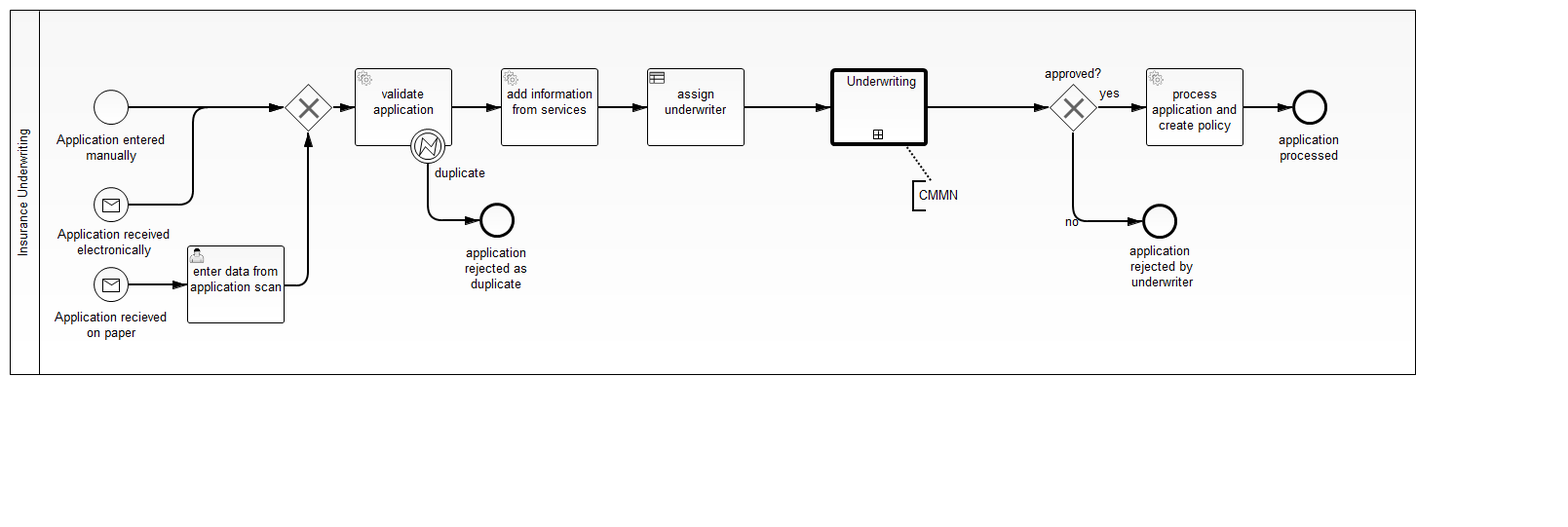
camunda-consulting/camunda-7-code-examples keeps this BPMN diagram as showcases/underwriting/src/main/resources/underwriting-process.png. Above is the earlier version. Its source is kept beside it as showcases/underwriting/src/main/resources/underwriting-process.bpmn. Ids are renumbered.
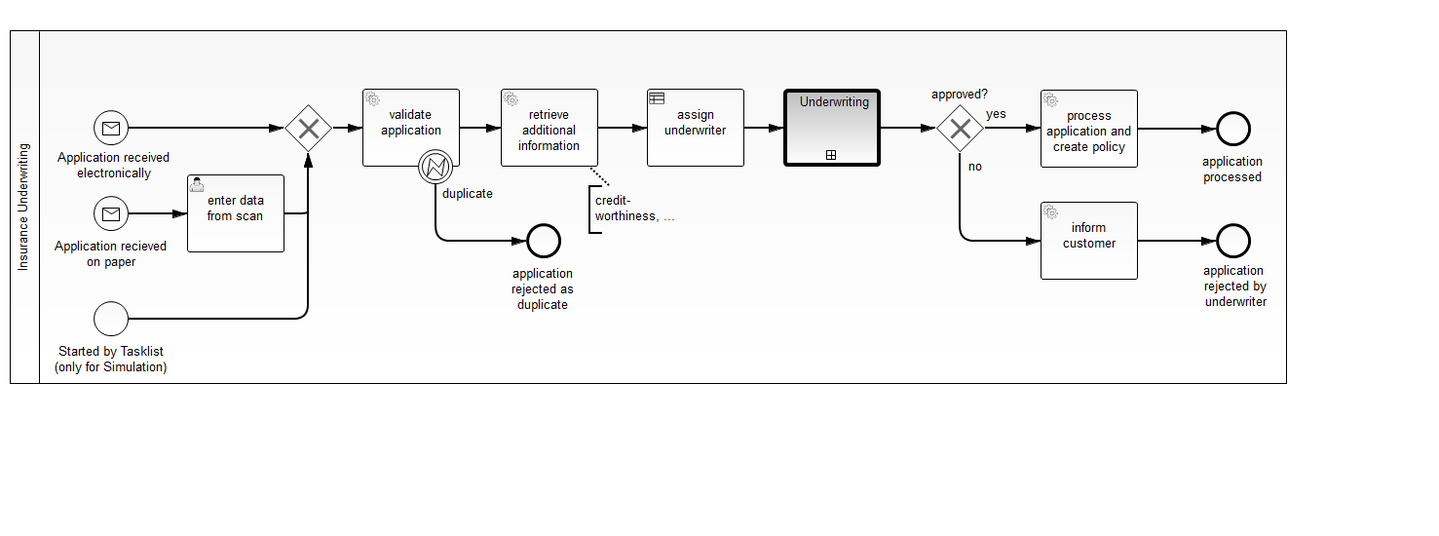
The same diagram one commit later.

What changed in the source:
```diff
@@ -4,19 +4,18 @@
   </bpmn2:collaboration>
   <bpmn2:process id="underwriting" name="Insurance Underwriting" isExecutable="true">
     <bpmn2:startEvent id="startEventElectronicApplication" name="Application received&#xD;&#xA;electronically">
-      <bpmn2:outgoing>SequenceFlow_2</bpmn2:outgoing>
+      <bpmn2:outgoing>SequenceFlow_10</bpmn2:outgoing>
       <bpmn2:messageEventDefinition id="_MessageEventDefinition_2" messageRef="Message_1"/>
     </bpmn2:startEvent>
     <bpmn2:endEvent id="endEventApplicationRejectedUnderwriter" name="application &#xD;&#xA;rejected by&#xD;&#xA;underwriter">
-      <bpmn2:incoming>SequenceFlow_1</bpmn2:incoming>
+      <bpmn2:incoming>SequenceFlow_17</bpmn2:incoming>
     </bpmn2:endEvent>
     <bpmn2:exclusiveGateway id="ExclusiveGateway_1">
-      <bpmn2:incoming>SequenceFlow_2</bpmn2:incoming>
       <bpmn2:incoming>SequenceFlow_12</bpmn2:incoming>
       <bpmn2:incoming>SequenceFlow_16</bpmn2:incoming>
+      <bpmn2:incoming>SequenceFlow_10</bpmn2:incoming>
       <bpmn2:outgoing>SequenceFlow_5</bpmn2:outgoing>
     </bpmn2:exclusiveGateway>
-    <bpmn2:sequenceFlow id="SequenceFlow_2" name="" sourceRef="startEventElectronicApplication" targetRef="ExclusiveGateway_1"/>
     <bpmn2:startEvent id="startEventPaperApplication" name="Application recieved&#xD;&#xA;on paper">
       <bpmn2:outgoing>SequenceFlow_11</bpmn2:outgoing>
       <bpmn2:messageEventDefinition id="_MessageEventDefinition_3" messageRef="Message_2"/>
@@ -34,17 +33,17 @@
       <bpmn2:incoming>SequenceFlow_6</bpmn2:incoming>
     </bpmn2:endEvent>
     <bpmn2:sequenceFlow id="SequenceFlow_6" name="" sourceRef="BoundaryEvent_1" targetRef="endEventApplicationRejectedDuplicate"/>
-    <bpmn2:serviceTask id="userTaskReviewData" camunda:assignee="demo" camunda:class="com.camunda.demo.underwriting.adapter.LoggerDelegate" name="add information from services">
+    <bpmn2:serviceTask id="userTaskReviewData" camunda:assignee="demo" camunda:class="com.camunda.demo.underwriting.adapter.LoggerDelegate" name="retrieve additional information">
       <bpmn2:incoming>SequenceFlow_7</bpmn2:incoming>
       <bpmn2:outgoing>SequenceFlow_8</bpmn2:outgoing>
     </bpmn2:serviceTask>
     <bpmn2:sequenceFlow id="SequenceFlow_7" sourceRef="checkDuplicates" targetRef="userTaskReviewData"/>
-    <bpmn2:businessRuleTask id="assignUnderwriter" camunda:class="com.camunda.demo.underwriting.adapter.LoggerDelegate" name="assign underwriter">
+    <bpmn2:businessRuleTask id="assignUnderwriter" camunda:class="com.camunda.demo.underwriting.adapter.AssignUnderwriterAdapter" name="assign underwriter">
       <bpmn2:incoming>SequenceFlow_8</bpmn2:incoming>
       <bpmn2:outgoing>SequenceFlow_14</bpmn2:outgoing>
     </bpmn2:businessRuleTask>
     <bpmn2:sequenceFlow id="SequenceFlow_8" name="" sourceRef="userTaskReviewData" targetRef="assignUnderwriter"/>
-    <bpmn2:userTask id="enterApplicationData" camunda:assignee="demo" name="enter data from application scan">
+    <bpmn2:userTask id="enterApplicationData" camunda:assignee="demo" name="enter data&#xD;&#xA;from scan">
       <bpmn2:incoming>SequenceFlow_11</bpmn2:incoming>
       <bpmn2:outgoing>SequenceFlow_12</bpmn2:outgoing>
     </bpmn2:userTask>
@@ -55,7 +54,7 @@
       <bpmn2:outgoing>SequenceFlow_1</bpmn2:outgoing>
       <bpmn2:outgoing>SequenceFlow_3</bpmn2:outgoing>
     </bpmn2:exclusiveGateway>
-    <bpmn2:sequenceFlow id="SequenceFlow_1" name="no" sourceRef="ExclusiveGateway_2" targetRef="endEventApplicationRejectedUnderwriter">
+    <bpmn2:sequenceFlow id="SequenceFlow_1" name="no" sourceRef="ExclusiveGateway_2" targetRef="ServiceTask_3">
       <bpmn2:conditionExpression xsi:type="bpmn2:tFormalExpression">#{!approved}</bpmn2:conditionExpression>
     </bpmn2:sequenceFlow>
     <bpmn2:serviceTask id="ServiceTask_1" camunda:class="com.camunda.demo.underwriting.adapter.LoggerDelegate" name="process application and create policy">
@@ -71,7 +70,7 @@
     <bpmn2:sequenceFlow id="SequenceFlow_4" name="" sourceRef="ServiceTask_1" targetRef="endEventApplicationProcessed"/>
     <bpmn2:sequenceFlow id="SequenceFlow_14" name="" sourceRef="assignUnderwriter" targetRef="CallActivityCaseUnderwriting"/>
     <bpmn2:sequenceFlow id="SequenceFlow_15" name="" sourceRef="CallActivityCaseUnderwriting" targetRef="ExclusiveGateway_2"/>
-    <bpmn2:startEvent id="StartEvent_1" camunda:formKey="app:new-application.jsf" name="Application entered&#xD;&#xA;manually">
+    <bpmn2:startEvent id="StartEvent_1" camunda:formKey="app:new-application.jsf" name="Started by Tasklist&#xD;&#xA;(only for Simulation)">
       <bpmn2:outgoing>SequenceFlow_16</bpmn2:outgoing>
     </bpmn2:startEvent>
     <bpmn2:sequenceFlow id="SequenceFlow_16" name="" sourceRef="StartEvent_1" targetRef="ExclusiveGateway_1"/>
@@ -81,14 +80,21 @@
         <camunda:out source="approved" target="approved"/>
         <camunda:executionListener class="com.camunda.demo.underwriting.listener.CloseCaseInstanceListener" event="end"/>
         <camunda:out sourceExpression="#{execution.caseInstanceId}" target="underwritingCaseInstanceId"/>
+        <camunda:in source="capableUnderwriters" target="capableUnderwriters"/>
       </bpmn2:extensionElements>
       <bpmn2:incoming>SequenceFlow_14</bpmn2:incoming>
       <bpmn2:outgoing>SequenceFlow_15</bpmn2:outgoing>
     </bpmn2:callActivity>
+    <bpmn2:serviceTask id="ServiceTask_3" camunda:class="com.camunda.demo.underwriting.adapter.LoggerDelegate" name="inform&#xD;&#xA;customer">
+      <bpmn2:incoming>SequenceFlow_1</bpmn2:incoming>
+      <bpmn2:outgoing>SequenceFlow_17</bpmn2:outgoing>
+    </bpmn2:serviceTask>
+    <bpmn2:sequenceFlow id="SequenceFlow_10" name="" sourceRef="startEventElectronicApplication" targetRef="ExclusiveGateway_1"/>
+    <bpmn2:sequenceFlow id="SequenceFlow_17" name="" sourceRef="ServiceTask_3" targetRef="endEventApplicationRejectedUnderwriter"/>
     <bpmn2:textAnnotation id="TextAnnotation_2">
-      <bpmn2:text>CMMN</bpmn2:text>
+      <bpmn2:text>credit-worthiness, ...</bpmn2:text>
     </bpmn2:textAnnotation>
-    <bpmn2:association id="Association_1" sourceRef="TextAnnotation_2" targetRef="CallActivityCaseUnderwriting"/>
+    <bpmn2:association id="Association_1" sourceRef="TextAnnotation_2" targetRef="userTaskReviewData"/>
   </bpmn2:process>
   <bpmn2:message id="Message_1" name="msgElectronicApplication"/>
   <bpmn2:message id="Message_2" name="msgPaperApplication"/>
@@ -98,18 +104,18 @@
   <bpmndi:BPMNDiagram id="BPMNDiagram_1" name="Default Collaboration Diagram">
     <bpmndi:BPMNPlane id="BPMNPlane_1" bpmnElement="Collaboration_1">
       <bpmndi:BPMNShape id="BPMNShape_1" bpmnElement="pool-underwriting" isHorizontal="true">
-        <dc:Bounds height="375.0" width="1443.0" x="10.0" y="10.0"/>
+        <dc:Bounds height="363.0" width="1311.0" x="10.0" y="10.0"/>
       </bpmndi:BPMNShape>
       <bpmndi:BPMNShape id="BPMNShape_StartEvent_1" bpmnElement="startEventElectronicApplication">
-        <dc:Bounds height="36.0" width="36.0" x="96.0" y="192.0"/>
+        <dc:Bounds height="36.0" width="36.0" x="96.0" y="92.0"/>
         <bpmndi:BPMNLabel>
-          <dc:Bounds height="38.0" width="131.0" x="52.0" y="230.0"/>
+          <dc:Bounds height="38.0" width="131.0" x="52.0" y="130.0"/>
         </bpmndi:BPMNLabel>
       </bpmndi:BPMNShape>
       <bpmndi:BPMNShape id="BPMNShape_EndEvent_1" bpmnElement="endEventApplicationRejectedUnderwriter">
-        <dc:Bounds height="36.0" width="36.0" x="1172.0" y="209.0"/>
+        <dc:Bounds height="36.0" width="36.0" x="1248.0" y="208.0"/>
         <bpmndi:BPMNLabel>
-          <dc:Bounds height="54.0" width="82.0" x="1152.0" y="247.0"/>
+          <dc:Bounds height="54.0" width="82.0" x="1228.0" y="246.0"/>
         </bpmndi:BPMNLabel>
       </bpmndi:BPMNShape>
       <bpmndi:BPMNShape id="_BPMNShape_ExclusiveGateway_2" bpmnElement="ExclusiveGateway_1" isMarkerVisible="true">
@@ -118,59 +124,50 @@
           <dc:Bounds height="0.0" width="0.0" x="316.0" y="140.0"/>
         </bpmndi:BPMNLabel>
       </bpmndi:BPMNShape>
-      <bpmndi:BPMNEdge id="BPMNEdge_SequenceFlow_2" bpmnElement="SequenceFlow_2" sourceElement="BPMNShape_StartEvent_1" targetElement="_BPMNShape_ExclusiveGateway_2">
-        <di:waypoint xsi:type="dc:Point" x="132.0" y="210.0"/>
-        <di:waypoint xsi:type="dc:Point" x="198.0" y="210.0"/>
-        <di:waypoint xsi:type="dc:Point" x="198.0" y="110.0"/>
-        <di:waypoint xsi:type="dc:Point" x="291.0" y="110.0"/>
+      <bpmndi:BPMNShape id="_BPMNShape_StartEvent_2" bpmnElement="startEventPaperApplication">
+        <dc:Bounds height="36.0" width="36.0" x="96.0" y="180.0"/>
         <bpmndi:BPMNLabel>
-          <dc:Bounds height="6.0" width="6.0" x="154.0" y="210.0"/>
-        </bpmndi:BPMNLabel>
-      </bpmndi:BPMNEdge>
-      <bpmndi:BPMNShape id="_BPMNShape_StartEvent_2" bpmnElement="startEventPaperApplication">
-        <dc:Bounds height="36.0" width="36.0" x="96.0" y="274.0"/>
-        <bpmndi:BPMNLabel>
-          <dc:Bounds height="38.0" width="131.0" x="49.0" y="315.0"/>
+          <dc:Bounds height="38.0" width="131.0" x="49.0" y="221.0"/>
         </bpmndi:BPMNLabel>
       </bpmndi:BPMNShape>
       <bpmndi:BPMNShape id="_BPMNShape_ServiceTask_2" bpmnElement="checkDuplicates">
-        <dc:Bounds height="80.0" width="100.0" x="364.0" y="70.0"/>
+        <dc:Bounds height="80.0" width="100.0" x="372.0" y="70.0"/>
       </bpmndi:BPMNShape>
       <bpmndi:BPMNEdge id="BPMNEdge_SequenceFlow_5" bpmnElement="SequenceFlow_5" sourceElement="_BPMNShape_ExclusiveGateway_2" targetElement="_BPMNShape_ServiceTask_2">
         <di:waypoint xsi:type="dc:Point" x="341.0" y="110.0"/>
-        <di:waypoint xsi:type="dc:Point" x="364.0" y="110.0"/>
+        <di:waypoint xsi:type="dc:Point" x="372.0" y="110.0"/>
         <bpmndi:BPMNLabel>
           <dc:Bounds height="0.0" width="0.0" x="353.0" y="110.0"/>
         </bpmndi:BPMNLabel>
       </bpmndi:BPMNEdge>
       <bpmndi:BPMNShape id="_BPMNShape_BoundaryEvent_2" bpmnElement="BoundaryEvent_1">
-        <dc:Bounds height="36.0" width="36.0" x="421.0" y="132.0"/>
+        <dc:Bounds height="36.0" width="36.0" x="429.0" y="132.0"/>
         <bpmndi:BPMNLabel>
-          <dc:Bounds height="22.0" width="58.0" x="444.0" y="167.0"/>
+          <dc:Bounds height="22.0" width="58.0" x="452.0" y="167.0"/>
         </bpmndi:BPMNLabel>
       </bpmndi:BPMNShape>
       <bpmndi:BPMNShape id="_BPMNShape_EndEvent_2" bpmnElement="endEventApplicationRejectedDuplicate">
-        <dc:Bounds height="36.0" width="36.0" x="492.0" y="208.0"/>
+        <dc:Bounds height="36.0" width="36.0" x="540.0" y="208.0"/>
         <bpmndi:BPMNLabel>
-          <dc:Bounds height="54.0" width="80.0" x="470.0" y="249.0"/>
+          <dc:Bounds height="54.0" width="80.0" x="518.0" y="249.0"/>
         </bpmndi:BPMNLabel>
       </bpmndi:BPMNShape>
       <bpmndi:BPMNEdge id="BPMNEdge_SequenceFlow_6" bpmnElement="SequenceFlow_6" sourceElement="_BPMNShape_BoundaryEvent_2" targetElement="_BPMNShape_EndEvent_2">
-        <di:waypoint xsi:type="dc:Point" x="439.0" y="168.0"/>
-        <di:waypoint xsi:type="dc:Point" x="439.0" y="226.0"/>
-        <di:waypoint xsi:type="dc:Point" x="492.0" y="226.0"/>
+        <di:waypoint xsi:type="dc:Point" x="447.0" y="168.0"/>
+        <di:waypoint xsi:type="dc:Point" x="447.0" y="226.0"/>
+        <di:waypoint xsi:type="dc:Point" x="540.0" y="226.0"/>
         <bpmndi:BPMNLabel>
-          <dc:Bounds height="6.0" width="6.0" x="451.0" y="226.0"/>
+          <dc:Bounds height="6.0" width="6.0" x="459.0" y="226.0"/>
         </bpmndi:BPMNLabel>
       </bpmndi:BPMNEdge>
       <bpmndi:BPMNShape id="_BPMNShape_UserTask_2" bpmnElement="userTaskReviewData">
         <dc:Bounds height="80.0" width="100.0" x="514.0" y="70.0"/>
       </bpmndi:BPMNShape>
       <bpmndi:BPMNEdge id="BPMNEdge_SequenceFlow_7" bpmnElement="SequenceFlow_7" sourceElement="_BPMNShape_ServiceTask_2" targetElement="_BPMNShape_UserTask_2">
-        <di:waypoint xsi:type="dc:Point" x="464.0" y="110.0"/>
+        <di:waypoint xsi:type="dc:Point" x="472.0" y="110.0"/>
         <di:waypoint xsi:type="dc:Point" x="514.0" y="110.0"/>
         <bpmndi:BPMNLabel>
-          <dc:Bounds height="0.0" width="0.0" x="489.0" y="110.0"/>
+          <dc:Bounds height="0.0" width="0.0" x="497.0" y="110.0"/>
         </bpmndi:BPMNLabel>
       </bpmndi:BPMNEdge>
       <bpmndi:BPMNShape id="_BPMNShape_BusinessRuleTask_2" bpmnElement="assignUnderwriter">
@@ -184,98 +181,116 @@
         </bpmndi:BPMNLabel>
       </bpmndi:BPMNEdge>
       <bpmndi:BPMNShape id="_BPMNShape_UserTask_3" bpmnElement="enterApplicationData">
-        <dc:Bounds height="80.0" width="100.0" x="192.0" y="252.0"/>
+        <dc:Bounds height="80.0" width="100.0" x="192.0" y="158.0"/>
       </bpmndi:BPMNShape>
       <bpmndi:BPMNEdge id="BPMNEdge_SequenceFlow_11" bpmnElement="SequenceFlow_11" sourceElement="_BPMNShape_StartEvent_2" targetElement="_BPMNShape_UserTask_3">
-        <di:waypoint xsi:type="dc:Point" x="132.0" y="292.0"/>
-        <di:waypoint xsi:type="dc:Point" x="192.0" y="292.0"/>
+        <di:waypoint xsi:type="dc:Point" x="132.0" y="198.0"/>
+        <di:waypoint xsi:type="dc:Point" x="192.0" y="198.0"/>
         <bpmndi:BPMNLabel>
-          <dc:Bounds height="6.0" width="6.0" x="154.0" y="292.0"/>
+          <dc:Bounds height="6.0" width="6.0" x="154.0" y="198.0"/>
         </bpmndi:BPMNLabel>
       </bpmndi:BPMNEdge>
       <bpmndi:BPMNEdge id="BPMNEdge_SequenceFlow_12" bpmnElement="SequenceFlow_12" sourceElement="_BPMNShape_UserTask_3" targetElement="_BPMNShape_ExclusiveGateway_2">
-        <di:waypoint xsi:type="dc:Point" x="292.0" y="293.0"/>
-        <di:waypoint xsi:type="dc:Point" x="316.0" y="293.0"/>
+        <di:waypoint xsi:type="dc:Point" x="292.0" y="198.0"/>
+        <di:waypoint xsi:type="dc:Point" x="316.0" y="198.0"/>
         <di:waypoint xsi:type="dc:Point" x="316.0" y="194.0"/>
         <di:waypoint xsi:type="dc:Point" x="316.0" y="135.0"/>
         <bpmndi:BPMNLabel>
-          <dc:Bounds height="6.0" width="6.0" x="313.0" y="281.0"/>
+          <dc:Bounds height="6.0" width="6.0" x="313.0" y="186.0"/>
         </bpmndi:BPMNLabel>
       </bpmndi:BPMNEdge>
       <bpmndi:BPMNShape id="_BPMNShape_ExclusiveGateway_3" bpmnElement="ExclusiveGateway_2" isMarkerVisible="true">
-        <dc:Bounds height="50.0" width="50.0" x="1076.0" y="85.0"/>
+        <dc:Bounds height="50.0" width="50.0" x="960.0" y="85.0"/>
         <bpmndi:BPMNLabel>
-          <dc:Bounds height="22.0" width="64.0" x="1070.0" y="65.0"/>
+          <dc:Bounds height="22.0" width="64.0" x="954.0" y="65.0"/>
         </bpmndi:BPMNLabel>
       </bpmndi:BPMNShape>
-      <bpmndi:BPMNEdge id="BPMNEdge_SequenceFlow_1" bpmnElement="SequenceFlow_1" sourceElement="_BPMNShape_ExclusiveGateway_3" targetElement="BPMNShape_EndEvent_1">
-        <di:waypoint xsi:type="dc:Point" x="1101.0" y="135.0"/>
-        <di:waypoint xsi:type="dc:Point" x="1101.0" y="227.0"/>
-        <di:waypoint xsi:type="dc:Point" x="1149.0" y="227.0"/>
-        <di:waypoint xsi:type="dc:Point" x="1172.0" y="227.0"/>
+      <bpmndi:BPMNEdge id="BPMNEdge_SequenceFlow_1" bpmnElement="SequenceFlow_1" sourceElement="_BPMNShape_ExclusiveGateway_3" targetElement="_BPMNShape_ServiceTask_21">
+        <di:waypoint xsi:type="dc:Point" x="985.0" y="135.0"/>
+        <di:waypoint xsi:type="dc:Point" x="985.0" y="226.0"/>
+        <di:waypoint xsi:type="dc:Point" x="1068.0" y="226.0"/>
         <bpmndi:BPMNLabel>
-          <dc:Bounds height="22.0" width="20.0" x="1091.0" y="217.0"/>
+          <dc:Bounds height="22.0" width="20.0" x="992.0" y="139.0"/>
         </bpmndi:BPMNLabel>
       </bpmndi:BPMNEdge>
       <bpmndi:BPMNShape id="_BPMNShape_ServiceTask_4" bpmnElement="ServiceTask_1">
-        <dc:Bounds height="80.0" width="100.0" x="1176.0" y="70.0"/>
+        <dc:Bounds height="80.0" width="100.0" x="1068.0" y="71.0"/>
       </bpmndi:BPMNShape>
       <bpmndi:BPMNEdge id="BPMNEdge_SequenceFlow_3" bpmnElement="SequenceFlow_3" sourceElement="_BPMNShape_ExclusiveGateway_3" targetElement="_BPMNShape_ServiceTask_4">
-        <di:waypoint xsi:type="dc:Point" x="1126.0" y="110.0"/>
-        <di:waypoint xsi:type="dc:Point" x="1176.0" y="110.0"/>
+        <di:waypoint xsi:type="dc:Point" x="1010.0" y="110.0"/>
+        <di:waypoint xsi:type="dc:Point" x="1068.0" y="111.0"/>
         <bpmndi:BPMNLabel>
-          <dc:Bounds height="22.0" width="27.0" x="1126.0" y="85.0"/>
+          <dc:Bounds height="22.0" width="27.0" x="1010.0" y="85.0"/>
         </bpmndi:BPMNLabel>
       </bpmndi:BPMNEdge>
       <bpmndi:BPMNShape id="_BPMNShape_EndEvent_4" bpmnElement="endEventApplicationProcessed">
-        <dc:Bounds height="36.0" width="36.0" x="1326.0" y="92.0"/>
+        <dc:Bounds height="36.0" width="36.0" x="1248.0" y="93.0"/>
         <bpmndi:BPMNLabel>
-          <dc:Bounds height="38.0" width="78.0" x="1305.0" y="133.0"/>
+          <dc:Bounds height="38.0" width="78.0" x="1227.0" y="134.0"/>
         </bpmndi:BPMNLabel>
       </bpmndi:BPMNShape>
       <bpmndi:BPMNEdge id="BPMNEdge_SequenceFlow_4" bpmnElement="SequenceFlow_4" sourceElement="_BPMNShape_ServiceTask_4" targetElement="_BPMNShape_EndEvent_4">
-        <di:waypoint xsi:type="dc:Point" x="1276.0" y="110.0"/>
-        <di:waypoint xsi:type="dc:Point" x="1326.0" y="110.0"/>
+        <di:waypoint xsi:type="dc:Point" x="1168.0" y="111.0"/>
+        <di:waypoint xsi:type="dc:Point" x="1248.0" y="111.0"/>
         <bpmndi:BPMNLabel>
-          <dc:Bounds height="6.0" width="6.0" x="1414.0" y="111.0"/>
+          <dc:Bounds height="6.0" width="6.0" x="1205.0" y="111.0"/>
         </bpmndi:BPMNLabel>
       </bpmndi:BPMNEdge>
       <bpmndi:BPMNEdge id="BPMNEdge_SequenceFlow_14" bpmnElement="SequenceFlow_14" sourceElement="_BPMNShape_BusinessRuleTask_2" targetElement="_BPMNShape_CallActivity_2">
         <di:waypoint xsi:type="dc:Point" x="764.0" y="110.0"/>
-        <di:waypoint xsi:type="dc:Point" x="852.0" y="110.0"/>
+        <di:waypoint xsi:type="dc:Point" x="792.0" y="111.0"/>
         <bpmndi:BPMNLabel>
-          <dc:Bounds height="6.0" width="6.0" x="787.0" y="110.0"/>
+          <dc:Bounds height="6.0" width="6.0" x="787.0" y="111.0"/>
         </bpmndi:BPMNLabel>
       </bpmndi:BPMNEdge>
       <bpmndi:BPMNEdge id="BPMNEdge_SequenceFlow_15" bpmnElement="SequenceFlow_15" sourceElement="_BPMNShape_CallActivity_2" targetElement="_BPMNShape_ExclusiveGateway_3">
-        <di:waypoint xsi:type="dc:Point" x="952.0" y="110.0"/>
-        <di:waypoint xsi:type="dc:Point" x="1076.0" y="110.0"/>
+        <di:waypoint xsi:type="dc:Point" x="892.0" y="111.0"/>
+        <di:waypoint xsi:type="dc:Point" x="960.0" y="110.0"/>
         <bpmndi:BPMNLabel>
-          <dc:Bounds height="6.0" width="6.0" x="970.0" y="110.0"/>
+          <dc:Bounds height="6.0" width="6.0" x="910.0" y="111.0"/>
         </bpmndi:BPMNLabel>
       </bpmndi:BPMNEdge>
       <bpmndi:BPMNShape id="_BPMNShape_StartEvent_6" bpmnElement="StartEvent_1">
-        <dc:Bounds height="36.0" width="36.0" x="96.0" y="92.0"/>
+        <dc:Bounds height="36.0" width="36.0" x="96.0" y="288.0"/>
         <bpmndi:BPMNLabel>
-          <dc:Bounds height="38.0" width="127.0" x="51.0" y="133.0"/>
+          <dc:Bounds height="38.0" width="125.0" x="52.0" y="329.0"/>
         </bpmndi:BPMNLabel>
       </bpmndi:BPMNShape>
       <bpmndi:BPMNEdge id="BPMNEdge_SequenceFlow_16" bpmnElement="SequenceFlow_16" sourceElement="_BPMNShape_StartEvent_6" targetElement="_BPMNShape_ExclusiveGateway_2">
+        <di:waypoint xsi:type="dc:Point" x="132.0" y="306.0"/>
+        <di:waypoint xsi:type="dc:Point" x="211.0" y="306.0"/>
+        <di:waypoint xsi:type="dc:Point" x="316.0" y="306.0"/>
+        <di:waypoint xsi:type="dc:Point" x="316.0" y="135.0"/>
+        <bpmndi:BPMNLabel>
+          <dc:Bounds height="6.0" width="6.0" x="209.0" y="306.0"/>
+        </bpmndi:BPMNLabel>
+      </bpmndi:BPMNEdge>
+      <bpmndi:BPMNShape id="_BPMNShape_CallActivity_2" bpmnElement="CallActivityCaseUnderwriting">
+        <dc:Bounds height="80.0" width="100.0" x="792.0" y="71.0"/>
+      </bpmndi:BPMNShape>
+      <bpmndi:BPMNShape id="_BPMNShape_ServiceTask_21" bpmnElement="ServiceTask_3">
+        <dc:Bounds height="80.0" width="100.0" x="1068.0" y="186.0"/>
+      </bpmndi:BPMNShape>
+      <bpmndi:BPMNEdge id="BPMNEdge_SequenceFlow_10" bpmnElement="SequenceFlow_10" sourceElement="BPMNShape_StartEvent_1" targetElement="_BPMNShape_ExclusiveGateway_2">
         <di:waypoint xsi:type="dc:Point" x="132.0" y="110.0"/>
         <di:waypoint xsi:type="dc:Point" x="291.0" y="110.0"/>
         <bpmndi:BPMNLabel>
           <dc:Bounds height="6.0" width="6.0" x="209.0" y="110.0"/>
         </bpmndi:BPMNLabel>
       </bpmndi:BPMNEdge>
-      <bpmndi:BPMNShape id="_BPMNShape_CallActivity_2" bpmnElement="CallActivityCaseUnderwriting">
-        <dc:Bounds height="80.0" width="100.0" x="852.0" y="70.0"/>
+      <bpmndi:BPMNShape id="_BPMNShape_TextAnnotation_4" bpmnElement="TextAnnotation_2">
+        <dc:Bounds height="50.0" width="93.0" x="604.0" y="169.0"/>
       </bpmndi:BPMNShape>
-      <bpmndi:BPMNShape id="_BPMNShape_TextAnnotation_3" bpmnElement="TextAnnotation_2">
-        <dc:Bounds height="32.0" width="61.0" x="936.0" y="185.0"/>
-      </bpmndi:BPMNShape>
-      <bpmndi:BPMNEdge id="BPMNEdge_Association_1" bpmnElement="Association_1" sourceElement="_BPMNShape_TextAnnotation_3" targetElement="_BPMNShape_CallActivity_2">
-        <di:waypoint xsi:type="dc:Point" x="955.0" y="185.0"/>
-        <di:waypoint xsi:type="dc:Point" x="930.0" y="150.0"/>
+      <bpmndi:BPMNEdge id="BPMNEdge_Association_1" bpmnElement="Association_1" sourceElement="_BPMNShape_TextAnnotation_4" targetElement="_BPMNShape_UserTask_2">
+        <di:waypoint xsi:type="dc:Point" x="624.0" y="169.0"/>
+        <di:waypoint xsi:type="dc:Point" x="605.0" y="150.0"/>
+      </bpmndi:BPMNEdge>
+      <bpmndi:BPMNEdge id="BPMNEdge_SequenceFlow_17" bpmnElement="SequenceFlow_17" sourceElement="_BPMNShape_ServiceTask_21" targetElement="BPMNShape_EndEvent_1">
+        <di:waypoint xsi:type="dc:Point" x="1168.0" y="226.0"/>
+        <di:waypoint xsi:type="dc:Point" x="1248.0" y="226.0"/>
+        <bpmndi:BPMNLabel>
+          <dc:Bounds height="6.0" width="6.0" x="1205.0" y="226.0"/>
+        </bpmndi:BPMNLabel>
       </bpmndi:BPMNEdge>
     </bpmndi:BPMNPlane>
   </bpmndi:BPMNDiagram>
```
